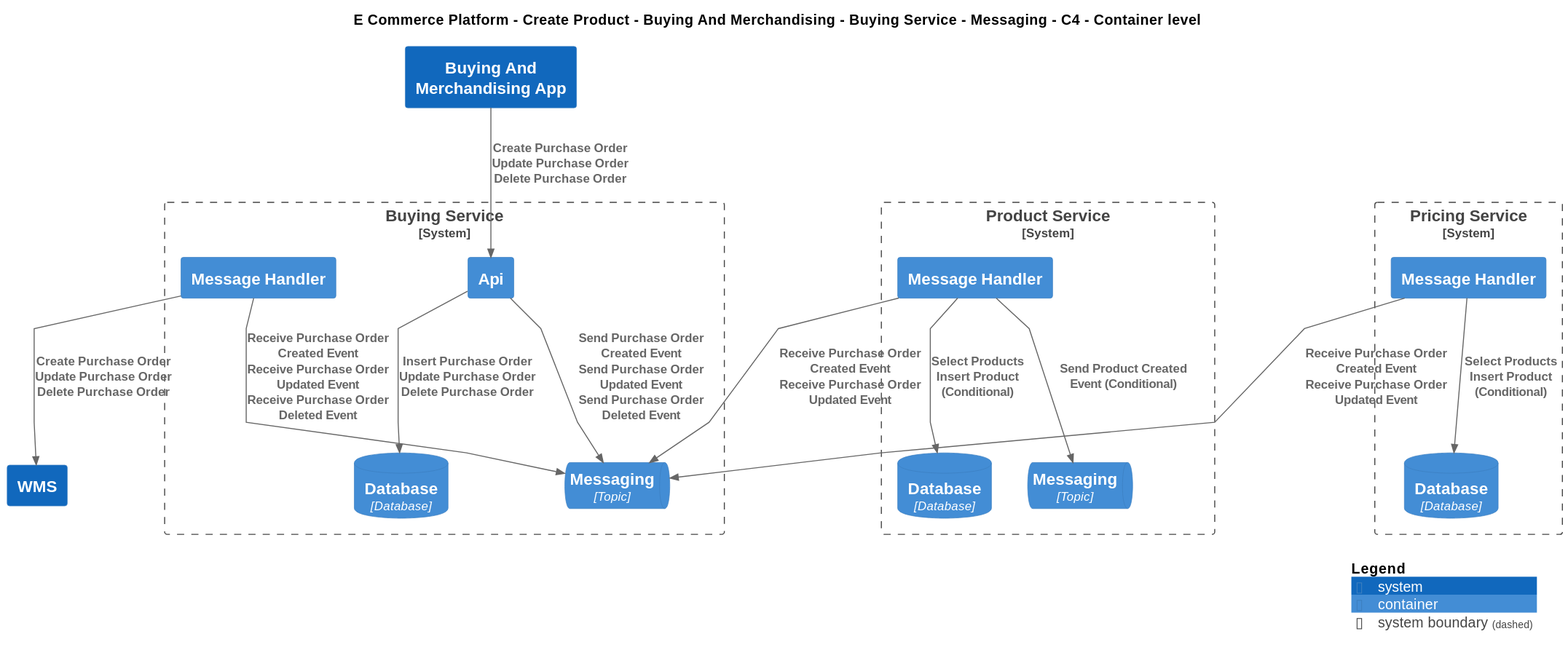
Before: Samples/E-Commerce Platform/Yaml/Diagrams/E Commerce Platform/Views/Messaging/Create Product/Buying And Merchandising/Software Systems/Buying Service/Containers/Messaging/Container - C4.svg, a diagram exported from PlantUML (mnadenysenko/C4InterFlow). Its diagram source:
```plantuml
@startuml
!include ..\..\..\..\..\..\..\..\..\.c4s\C4_Container.puml

AddElementTag("c4interflow:lifecycle:new", $bgColor=green, $fontColor=#ffffff, $borderColor=green, $shadowing="False")
AddElementTag("c4interflow:lifecycle:changed", $bgColor=orange, $fontColor=#ffffff, $borderColor=orange, $shadowing="False")
AddElementTag("c4interflow:lifecycle:removed", $bgColor=red, $fontColor=#ffffff, $borderColor=red, $shadowing="False")

AddRelTag("c4interflow:lifecycle:new", $textColor=green, $lineColor=green)
AddRelTag("c4interflow:lifecycle:changed", $textColor=orange, $lineColor=orange)
AddRelTag("c4interflow:lifecycle:removed", $textColor=red, $lineColor=red)

SHOW_PERSON_PORTRAIT()
LAYOUT_TOP_DOWN()

skinparam linetype polyline

title E Commerce Platform - Create Product - Buying And Merchandising - Buying Service - Messaging - C4 - Container level

System(ECommercePlatform.CreateProduct.BuyingAndMerchandising.SoftwareSystems.BuyingAndMerchandisingApp, "Buying And Merchandising App", "")

System_Boundary(ECommercePlatform.CreateProduct.BuyingAndMerchandising.SoftwareSystems.BuyingService, "Buying Service") {
    Container(ECommercePlatform.CreateProduct.BuyingAndMerchandising.SoftwareSystems.BuyingService.Containers.Api, "Api", "", "")
    ContainerDb(ECommercePlatform.CreateProduct.BuyingAndMerchandising.SoftwareSystems.BuyingService.Containers.Database, "Database", "Database", "")
    ContainerQueue(ECommercePlatform.CreateProduct.BuyingAndMerchandising.SoftwareSystems.BuyingService.Containers.Messaging, "Messaging", "Topic", "")
    Container(ECommercePlatform.CreateProduct.BuyingAndMerchandising.SoftwareSystems.BuyingService.Containers.MessageHandler, "Message Handler", "", "")
}
System(ECommercePlatform.Deliver.Fulfilment.SoftwareSystems.WMS, "WMS", "")

System_Boundary(ECommercePlatform.CreateProduct.ProductInformationManagement.SoftwareSystems.ProductService, "Product Service") {
    Container(ECommercePlatform.CreateProduct.ProductInformationManagement.SoftwareSystems.ProductService.Containers.MessageHandler, "Message Handler", "", "")
    ContainerDb(ECommercePlatform.CreateProduct.ProductInformationManagement.SoftwareSystems.ProductService.Containers.Database, "Database", "Database", "")
    ContainerQueue(ECommercePlatform.CreateProduct.ProductInformationManagement.SoftwareSystems.ProductService.Containers.Messaging, "Messaging", "Topic", "")
}

System_Boundary(ECommercePlatform.CreateProduct.PriceManagement.SoftwareSystems.PricingService, "Pricing Service") {
    Container(ECommercePlatform.CreateProduct.PriceManagement.SoftwareSystems.PricingService.Containers.MessageHandler, "Message Handler", "", "")
    ContainerDb(ECommercePlatform.CreateProduct.PriceManagement.SoftwareSystems.PricingService.Containers.Database, "Database", "Database", "")
}

Rel(ECommercePlatform.CreateProduct.BuyingAndMerchandising.SoftwareSystems.BuyingAndMerchandisingApp, ECommercePlatform.CreateProduct.BuyingAndMerchandising.SoftwareSystems.BuyingService.Containers.Api, "Create Purchase Order\nUpdate Purchase Order\nDelete Purchase Order")
Rel(ECommercePlatform.CreateProduct.BuyingAndMerchandising.SoftwareSystems.BuyingService.Containers.Api, ECommercePlatform.CreateProduct.BuyingAndMerchandising.SoftwareSystems.BuyingService.Containers.Database, "Insert Purchase Order\nUpdate Purchase Order\nDelete Purchase Order")
Rel(ECommercePlatform.CreateProduct.BuyingAndMerchandising.SoftwareSystems.BuyingService.Containers.Api, ECommercePlatform.CreateProduct.BuyingAndMerchandising.SoftwareSystems.BuyingService.Containers.Messaging, "Send Purchase Order Created Event\nSend Purchase Order Updated Event\nSend Purchase Order Deleted Event")
Rel(ECommercePlatform.CreateProduct.BuyingAndMerchandising.SoftwareSystems.BuyingService.Containers.MessageHandler, ECommercePlatform.CreateProduct.BuyingAndMerchandising.SoftwareSystems.BuyingService.Containers.Messaging, "Receive Purchase Order Created Event\nReceive Purchase Order Updated Event\nReceive Purchase Order Deleted Event")
Rel(ECommercePlatform.CreateProduct.BuyingAndMerchandising.SoftwareSystems.BuyingService.Containers.MessageHandler, ECommercePlatform.Deliver.Fulfilment.SoftwareSystems.WMS, "Create Purchase Order\nUpdate Purchase Order\nDelete Purchase Order")
Rel(ECommercePlatform.CreateProduct.ProductInformationManagement.SoftwareSystems.ProductService.Containers.MessageHandler, ECommercePlatform.CreateProduct.BuyingAndMerchandising.SoftwareSystems.BuyingService.Containers.Messaging, "Receive Purchase Order Created Event\nReceive Purchase Order Updated Event")
Rel(ECommercePlatform.CreateProduct.ProductInformationManagement.SoftwareSystems.ProductService.Containers.MessageHandler, ECommercePlatform.CreateProduct.ProductInformationManagement.SoftwareSystems.ProductService.Containers.Database, "Select Products\nInsert Product (Conditional)")
Rel(ECommercePlatform.CreateProduct.ProductInformationManagement.SoftwareSystems.ProductService.Containers.MessageHandler, ECommercePlatform.CreateProduct.ProductInformationManagement.SoftwareSystems.ProductService.Containers.Messaging, "Send Product Created Event (Conditional)")
Rel(ECommercePlatform.CreateProduct.PriceManagement.SoftwareSystems.PricingService.Containers.MessageHandler, ECommercePlatform.CreateProduct.BuyingAndMerchandising.SoftwareSystems.BuyingService.Containers.Messaging, "Receive Purchase Order Created Event\nReceive Purchase Order Updated Event")
Rel(ECommercePlatform.CreateProduct.PriceManagement.SoftwareSystems.PricingService.Containers.MessageHandler, ECommercePlatform.CreateProduct.PriceManagement.SoftwareSystems.PricingService.Containers.Database, "Select Products\nInsert Product (Conditional)")


SHOW_LEGEND()
@enduml
```
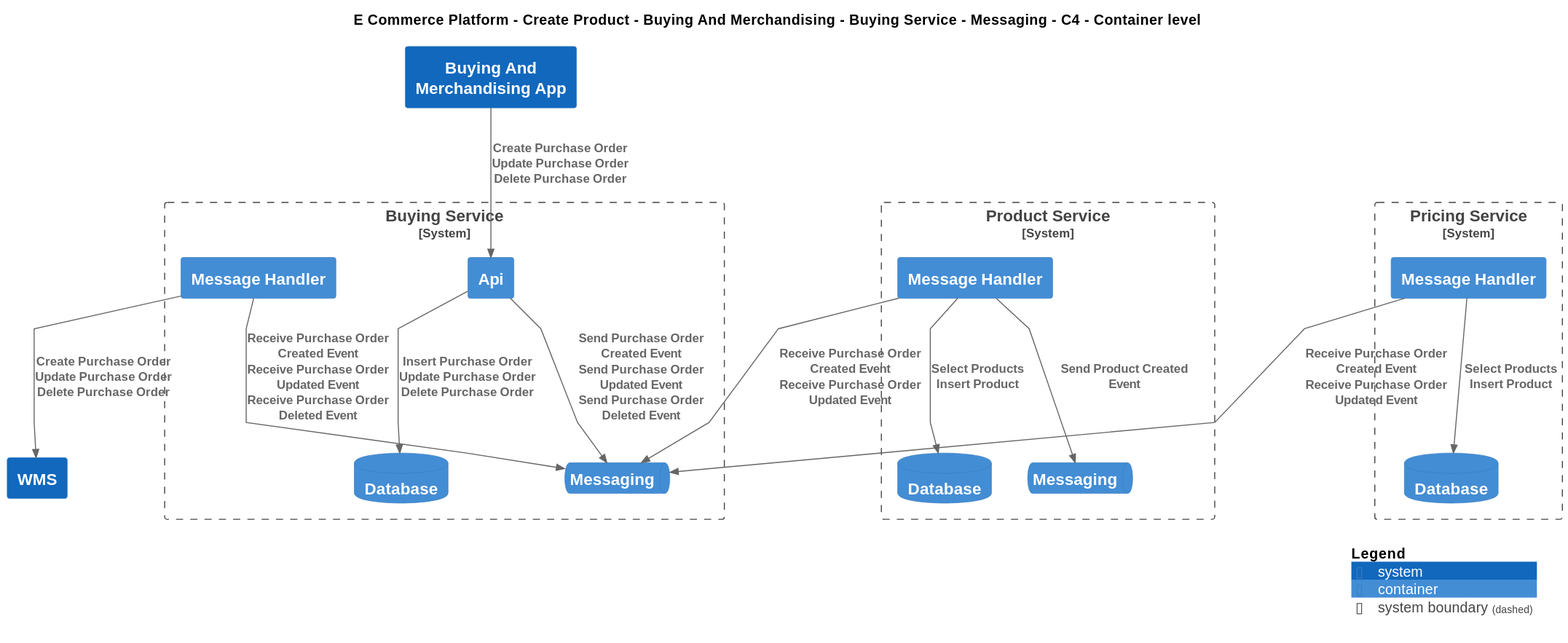
Above is the later version.

What changed in the source:
```diff
@@ -20,21 +20,21 @@
 
 System_Boundary(ECommercePlatform.CreateProduct.BuyingAndMerchandising.SoftwareSystems.BuyingService, "Buying Service") {
     Container(ECommercePlatform.CreateProduct.BuyingAndMerchandising.SoftwareSystems.BuyingService.Containers.Api, "Api", "", "")
-    ContainerDb(ECommercePlatform.CreateProduct.BuyingAndMerchandising.SoftwareSystems.BuyingService.Containers.Database, "Database", "Database", "")
-    ContainerQueue(ECommercePlatform.CreateProduct.BuyingAndMerchandising.SoftwareSystems.BuyingService.Containers.Messaging, "Messaging", "Topic", "")
+    ContainerDb(ECommercePlatform.CreateProduct.BuyingAndMerchandising.SoftwareSystems.BuyingService.Containers.Database, "Database", "", "")
+    ContainerQueue(ECommercePlatform.CreateProduct.BuyingAndMerchandising.SoftwareSystems.BuyingService.Containers.Messaging, "Messaging", "", "")
     Container(ECommercePlatform.CreateProduct.BuyingAndMerchandising.SoftwareSystems.BuyingService.Containers.MessageHandler, "Message Handler", "", "")
 }
 System(ECommercePlatform.Deliver.Fulfilment.SoftwareSystems.WMS, "WMS", "")
 
 System_Boundary(ECommercePlatform.CreateProduct.ProductInformationManagement.SoftwareSystems.ProductService, "Product Service") {
     Container(ECommercePlatform.CreateProduct.ProductInformationManagement.SoftwareSystems.ProductService.Containers.MessageHandler, "Message Handler", "", "")
-    ContainerDb(ECommercePlatform.CreateProduct.ProductInformationManagement.SoftwareSystems.ProductService.Containers.Database, "Database", "Database", "")
-    ContainerQueue(ECommercePlatform.CreateProduct.ProductInformationManagement.SoftwareSystems.ProductService.Containers.Messaging, "Messaging", "Topic", "")
+    ContainerDb(ECommercePlatform.CreateProduct.ProductInformationManagement.SoftwareSystems.ProductService.Containers.Database, "Database", "", "")
+    ContainerQueue(ECommercePlatform.CreateProduct.ProductInformationManagement.SoftwareSystems.ProductService.Containers.Messaging, "Messaging", "", "")
 }
 
 System_Boundary(ECommercePlatform.CreateProduct.PriceManagement.SoftwareSystems.PricingService, "Pricing Service") {
     Container(ECommercePlatform.CreateProduct.PriceManagement.SoftwareSystems.PricingService.Containers.MessageHandler, "Message Handler", "", "")
-    ContainerDb(ECommercePlatform.CreateProduct.PriceManagement.SoftwareSystems.PricingService.Containers.Database, "Database", "Database", "")
+    ContainerDb(ECommercePlatform.CreateProduct.PriceManagement.SoftwareSystems.PricingService.Containers.Database, "Database", "", "")
 }
 
 Rel(ECommercePlatform.CreateProduct.BuyingAndMerchandising.SoftwareSystems.BuyingAndMerchandisingApp, ECommercePlatform.CreateProduct.BuyingAndMerchandising.SoftwareSystems.BuyingService.Containers.Api, "Create Purchase Order\nUpdate Purchase Order\nDelete Purchase Order")
@@ -43,10 +43,10 @@
 Rel(ECommercePlatform.CreateProduct.BuyingAndMerchandising.SoftwareSystems.BuyingService.Containers.MessageHandler, ECommercePlatform.CreateProduct.BuyingAndMerchandising.SoftwareSystems.BuyingService.Containers.Messaging, "Receive Purchase Order Created Event\nReceive Purchase Order Updated Event\nReceive Purchase Order Deleted Event")
 Rel(ECommercePlatform.CreateProduct.BuyingAndMerchandising.SoftwareSystems.BuyingService.Containers.MessageHandler, ECommercePlatform.Deliver.Fulfilment.SoftwareSystems.WMS, "Create Purchase Order\nUpdate Purchase Order\nDelete Purchase Order")
 Rel(ECommercePlatform.CreateProduct.ProductInformationManagement.SoftwareSystems.ProductService.Containers.MessageHandler, ECommercePlatform.CreateProduct.BuyingAndMerchandising.SoftwareSystems.BuyingService.Containers.Messaging, "Receive Purchase Order Created Event\nReceive Purchase Order Updated Event")
-Rel(ECommercePlatform.CreateProduct.ProductInformationManagement.SoftwareSystems.ProductService.Containers.MessageHandler, ECommercePlatform.CreateProduct.ProductInformationManagement.SoftwareSystems.ProductService.Containers.Database, "Select Products\nInsert Product (Conditional)")
-Rel(ECommercePlatform.CreateProduct.ProductInformationManagement.SoftwareSystems.ProductService.Containers.MessageHandler, ECommercePlatform.CreateProduct.ProductInformationManagement.SoftwareSystems.ProductService.Containers.Messaging, "Send Product Created Event (Conditional)")
+Rel(ECommercePlatform.CreateProduct.ProductInformationManagement.SoftwareSystems.ProductService.Containers.MessageHandler, ECommercePlatform.CreateProduct.ProductInformationManagement.SoftwareSystems.ProductService.Containers.Database, "Select Products\nInsert Product")
+Rel(ECommercePlatform.CreateProduct.ProductInformationManagement.SoftwareSystems.ProductService.Containers.MessageHandler, ECommercePlatform.CreateProduct.ProductInformationManagement.SoftwareSystems.ProductService.Containers.Messaging, "Send Product Created Event")
 Rel(ECommercePlatform.CreateProduct.PriceManagement.SoftwareSystems.PricingService.Containers.MessageHandler, ECommercePlatform.CreateProduct.BuyingAndMerchandising.SoftwareSystems.BuyingService.Containers.Messaging, "Receive Purchase Order Created Event\nReceive Purchase Order Updated Event")
-Rel(ECommercePlatform.CreateProduct.PriceManagement.SoftwareSystems.PricingService.Containers.MessageHandler, ECommercePlatform.CreateProduct.PriceManagement.SoftwareSystems.PricingService.Containers.Database, "Select Products\nInsert Product (Conditional)")
+Rel(ECommercePlatform.CreateProduct.PriceManagement.SoftwareSystems.PricingService.Containers.MessageHandler, ECommercePlatform.CreateProduct.PriceManagement.SoftwareSystems.PricingService.Containers.Database, "Select Products\nInsert Product")
 
 
 SHOW_LEGEND()
```
